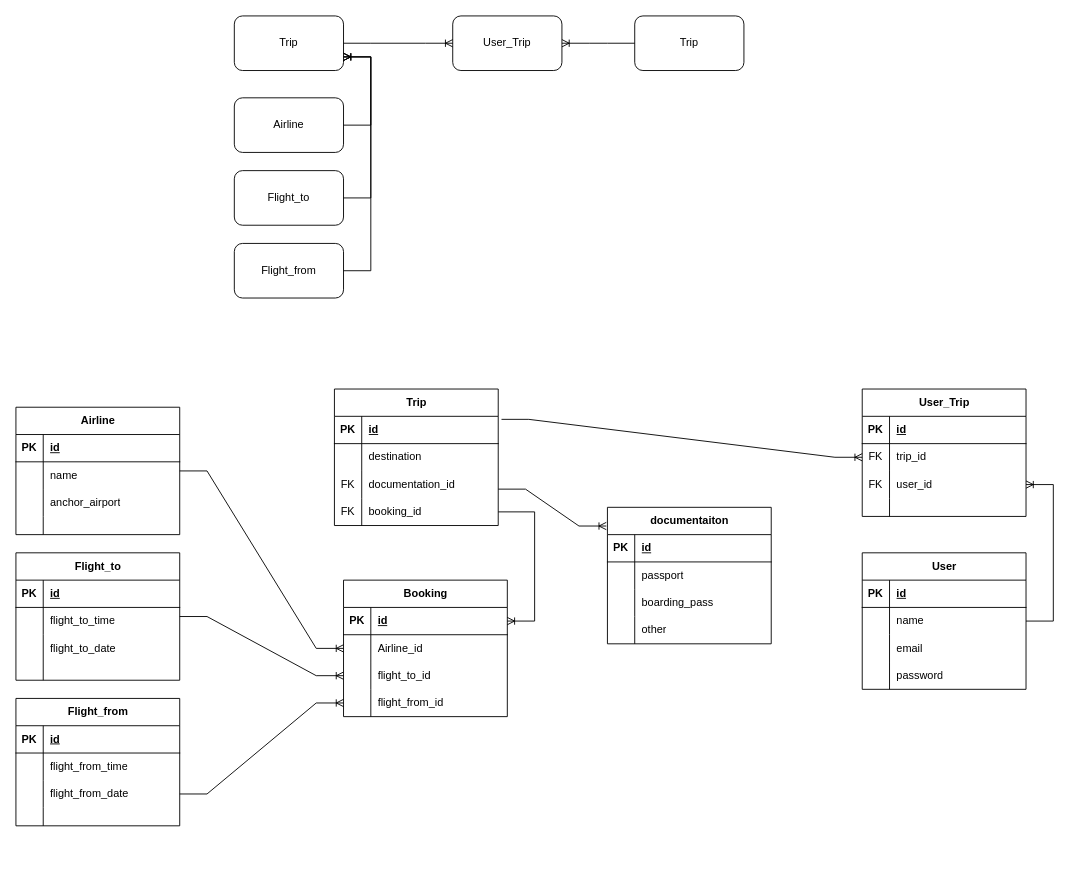
This is docs+diagrams/softwareDevERD.drawio from y2-SW-project/swproject23-AlexxK03, a draw.io file, before an edit. Source tidied: cells renumbered, new cells numbered last; positions are measured from the earlier drawing's top-left corner, leaving out a move shared by most shapes. Both pictures are drawn from the tidied source at 91%, with x=0, y=0 at pixel (15, 15).
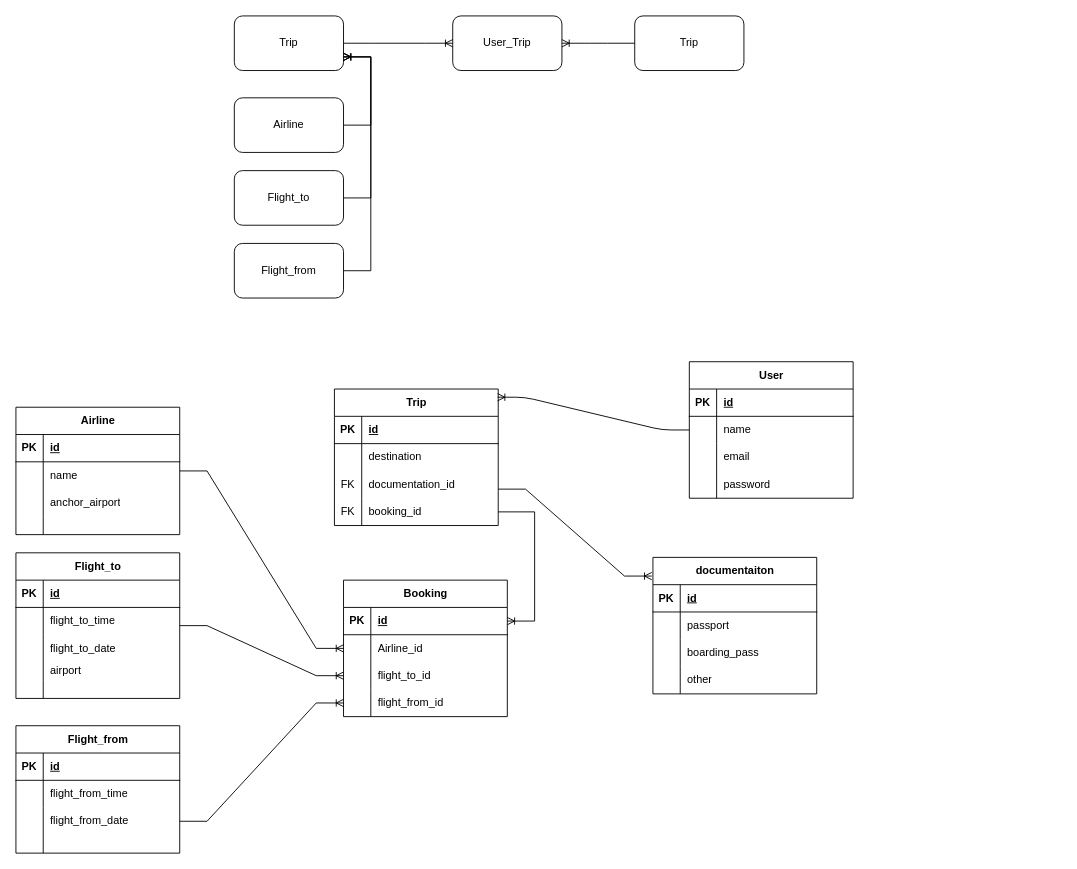
Above is the later version.

Commit message (it also covers changes not shown here):
quick change to the database

The change refers to these unchanged cells:
```xml
<mxCell id="54" style="shape=tableRow;horizontal=0;startSize=0;swimlaneHead=0;swimlaneBody=0;fillColor=none;top=0;left=0;right=0;bottom=0;" parent="44" vertex="1">
  <mxGeometry y="120" width="180" height="20" as="geometry" />
</mxCell>
<mxCell id="96" value="Trip" style="shape=table;startSize=30;childLayout=tableLayout;rowLines=0;fontStyle=1;align=center;html=1;" parent="1" vertex="1">
  <mxGeometry x="350" y="410" width="180" height="150" as="geometry" />
</mxCell>
<mxCell id="97" style="shape=tableRow;horizontal=0;startSize=0;swimlaneHead=0;swimlaneBody=0;fillColor=none;points=[[0,0.5],[1,0.5]];portConstraint=eastwest;top=0;left=0;right=0;bottom=1;" parent="96" vertex="1">
  <mxGeometry y="30" width="180" height="30" as="geometry" />
</mxCell>
```

The edit, as a diff of the source:
```diff
@@
     <mxCell id="2" value="User" style="shape=table;startSize=30;childLayout=tableLayout;rowLines=0;fontStyle=1;align=center;html=1;" parent="1" vertex="1">
-      <mxGeometry x="930" y="590" width="180" height="150" as="geometry" />
+      <mxGeometry x="740" y="380" width="180" height="150" as="geometry" />
     </mxCell>
@@
-    <mxCell id="15" value="User_Trip" style="shape=table;startSize=30;childLayout=tableLayout;rowLines=0;fontStyle=1;align=center;html=1;" parent="1" vertex="1">
-      <mxGeometry x="930" y="410" width="180" height="140" as="geometry" />
-    </mxCell>
-    <mxCell id="16" style="shape=tableRow;horizontal=0;startSize=0;swimlaneHead=0;swimlaneBody=0;fillColor=none;top=0;left=0;right=0;bottom=1;" parent="15" vertex="1">
-      <mxGeometry y="30" width="180" height="30" as="geometry" />
-    </mxCell>
-    <mxCell id="17" value="PK" style="shape=partialRectangle;fillColor=none;top=0;left=0;bottom=0;right=0;fontStyle=1;overflow=hidden;whiteSpace=wrap;html=1;" parent="16" vertex="1">
-      <mxGeometry width="30" height="30" as="geometry" />
-    </mxCell>
-    <mxCell id="18" value="id" style="shape=partialRectangle;fillColor=none;top=0;left=0;bottom=0;right=0;align=left;spacingLeft=6;fontStyle=5;overflow=hidden;whiteSpace=wrap;html=1;" parent="16" vertex="1">
-      <mxGeometry x="30" width="150" height="30" as="geometry" />
-    </mxCell>
-    <mxCell id="19" style="shape=tableRow;horizontal=0;startSize=0;swimlaneHead=0;swimlaneBody=0;fillColor=none;points=[[0,0.5],[1,0.5]];portConstraint=eastwest;top=0;left=0;right=0;bottom=0;" parent="15" vertex="1">
-      <mxGeometry y="60" width="180" height="30" as="geometry" />
-    </mxCell>
-    <mxCell id="20" value="FK" style="shape=partialRectangle;fillColor=none;top=0;left=0;bottom=0;right=0;overflow=hidden;whiteSpace=wrap;html=1;" parent="19" vertex="1">
-      <mxGeometry width="30" height="30" as="geometry" />
-    </mxCell>
-    <mxCell id="21" value="trip_id&amp;nbsp;" style="shape=partialRectangle;fillColor=none;top=0;left=0;bottom=0;right=0;align=left;spacingLeft=6;overflow=hidden;whiteSpace=wrap;html=1;" parent="19" vertex="1">
-      <mxGeometry x="30" width="150" height="30" as="geometry" />
-    </mxCell>
-    <mxCell id="22" style="shape=tableRow;horizontal=0;startSize=0;swimlaneHead=0;swimlaneBody=0;fillColor=none;points=[[0,0.5],[1,0.5]];portConstraint=eastwest;top=0;left=0;right=0;bottom=0;" parent="15" vertex="1">
-      <mxGeometry y="90" width="180" height="30" as="geometry" />
-    </mxCell>
-    <mxCell id="23" value="FK" style="shape=partialRectangle;fillColor=none;top=0;left=0;bottom=0;right=0;overflow=hidden;whiteSpace=wrap;html=1;" parent="22" vertex="1">
-      <mxGeometry width="30" height="30" as="geometry" />
-    </mxCell>
-    <mxCell id="24" value="user_id" style="shape=partialRectangle;fillColor=none;top=0;left=0;bottom=0;right=0;align=left;spacingLeft=6;overflow=hidden;whiteSpace=wrap;html=1;" parent="22" vertex="1">
-      <mxGeometry x="30" width="150" height="30" as="geometry" />
-    </mxCell>
-    <mxCell id="25" style="shape=tableRow;horizontal=0;startSize=0;swimlaneHead=0;swimlaneBody=0;fillColor=none;top=0;left=0;right=0;bottom=0;" parent="15" vertex="1">
-      <mxGeometry y="120" width="180" height="20" as="geometry" />
-    </mxCell>
-    <mxCell id="26" style="shape=partialRectangle;fillColor=none;top=0;left=0;bottom=0;right=0;overflow=hidden;whiteSpace=wrap;html=1;" parent="25" vertex="1">
-      <mxGeometry width="30" height="20" as="geometry" />
-    </mxCell>
-    <mxCell id="27" style="shape=partialRectangle;fillColor=none;top=0;left=0;bottom=0;right=0;align=left;spacingLeft=6;overflow=hidden;whiteSpace=wrap;html=1;" parent="25" vertex="1">
-      <mxGeometry x="30" width="150" height="20" as="geometry" />
-    </mxCell>
-    <mxCell id="28" style="edgeStyle=entityRelationEdgeStyle;fontSize=12;html=1;endArrow=ERoneToMany;rounded=0;exitX=1.02;exitY=0.111;exitDx=0;exitDy=0;exitPerimeter=0;" parent="1" edge="1" source="97" target="19">
-      <mxGeometry relative="1" as="geometry" />
-    </mxCell>
-    <mxCell id="29" style="edgeStyle=entityRelationEdgeStyle;fontSize=12;html=1;endArrow=ERoneToMany;rounded=0;" parent="1" edge="1" source="2" target="22">
-      <mxGeometry relative="1" as="geometry" />
-    </mxCell>
@@
     <mxCell id="44" value="Flight_to" style="shape=table;startSize=30;childLayout=tableLayout;rowLines=0;fontStyle=1;align=center;html=1;" parent="1" vertex="1">
-      <mxGeometry y="590" width="180" height="140" as="geometry" />
+      <mxGeometry y="590" width="180" height="160" as="geometry" />
     </mxCell>
@@
-    <mxCell id="56" style="shape=partialRectangle;fillColor=none;top=0;left=0;bottom=0;right=0;align=left;spacingLeft=6;overflow=hidden;whiteSpace=wrap;html=1;" parent="54" vertex="1">
+    <mxCell id="56" value="airport" style="shape=partialRectangle;fillColor=none;top=0;left=0;bottom=0;right=0;align=left;spacingLeft=6;overflow=hidden;whiteSpace=wrap;html=1;" parent="54" vertex="1">
       <mxGeometry x="30" width="150" height="20" as="geometry" />
     </mxCell>
+    <mxCell id="124" style="shape=tableRow;horizontal=0;startSize=0;swimlaneHead=0;swimlaneBody=0;fillColor=none;top=0;left=0;right=0;bottom=0;" parent="44" vertex="1">
+      <mxGeometry y="140" width="180" height="20" as="geometry" />
+    </mxCell>
+    <mxCell id="26" style="shape=partialRectangle;fillColor=none;top=0;left=0;bottom=0;right=0;overflow=hidden;whiteSpace=wrap;html=1;" parent="124" vertex="1">
+      <mxGeometry width="30" height="20" as="geometry" />
+    </mxCell>
+    <mxCell id="27" style="shape=partialRectangle;fillColor=none;top=0;left=0;bottom=0;right=0;align=left;spacingLeft=6;overflow=hidden;whiteSpace=wrap;html=1;" parent="124" vertex="1">
+      <mxGeometry x="30" width="150" height="20" as="geometry" />
+    </mxCell>
@@
     <mxCell id="58" value="Flight_from" style="shape=table;startSize=30;childLayout=tableLayout;rowLines=0;fontStyle=1;align=center;html=1;" parent="1" vertex="1">
-      <mxGeometry y="750" width="180" height="140" as="geometry" />
+      <mxGeometry y="780" width="180" height="140" as="geometry" />
     </mxCell>
@@
     <mxCell id="110" value="documentaiton" style="shape=table;startSize=30;childLayout=tableLayout;rowLines=0;fontStyle=1;align=center;html=1;" parent="1" vertex="1">
-      <mxGeometry x="650" y="540" width="180" height="150" as="geometry" />
+      <mxGeometry x="700" y="595" width="180" height="150" as="geometry" />
     </mxCell>
@@
+    <mxCell id="125" style="edgeStyle=entityRelationEdgeStyle;fontSize=12;html=1;endArrow=ERoneToMany;entryX=0.996;entryY=0.06;entryDx=0;entryDy=0;entryPerimeter=0;" parent="1" edge="1" source="2" target="96">
+      <mxGeometry relative="1" as="geometry" />
+    </mxCell>
```
